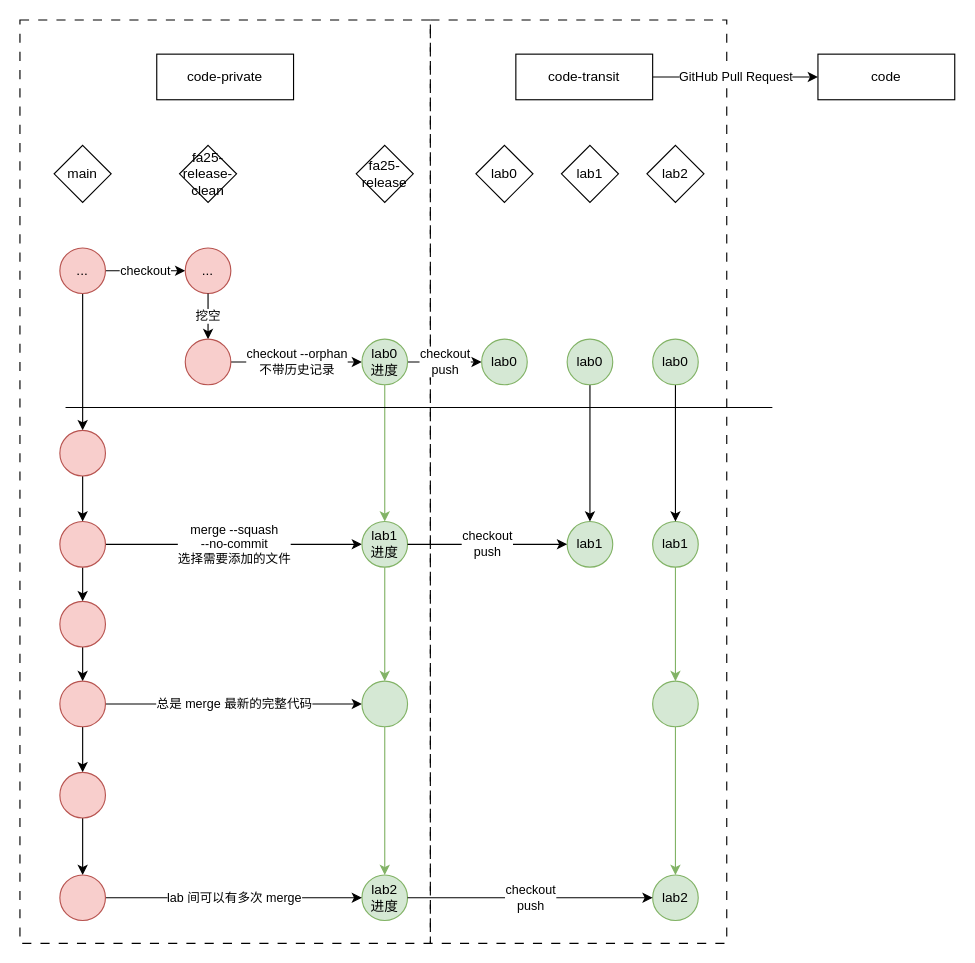
This is docs/ta/workflow.drawio from hharryz/zju-os-doc, a draw.io file, before an edit. Source tidied: cells renumbered, new cells numbered last; positions are measured from the earlier drawing's top-left corner, leaving out a move shared by most shapes. Both pictures are drawn from the tidied source at 114%, with x=0, y=0 at pixel (19, 19).
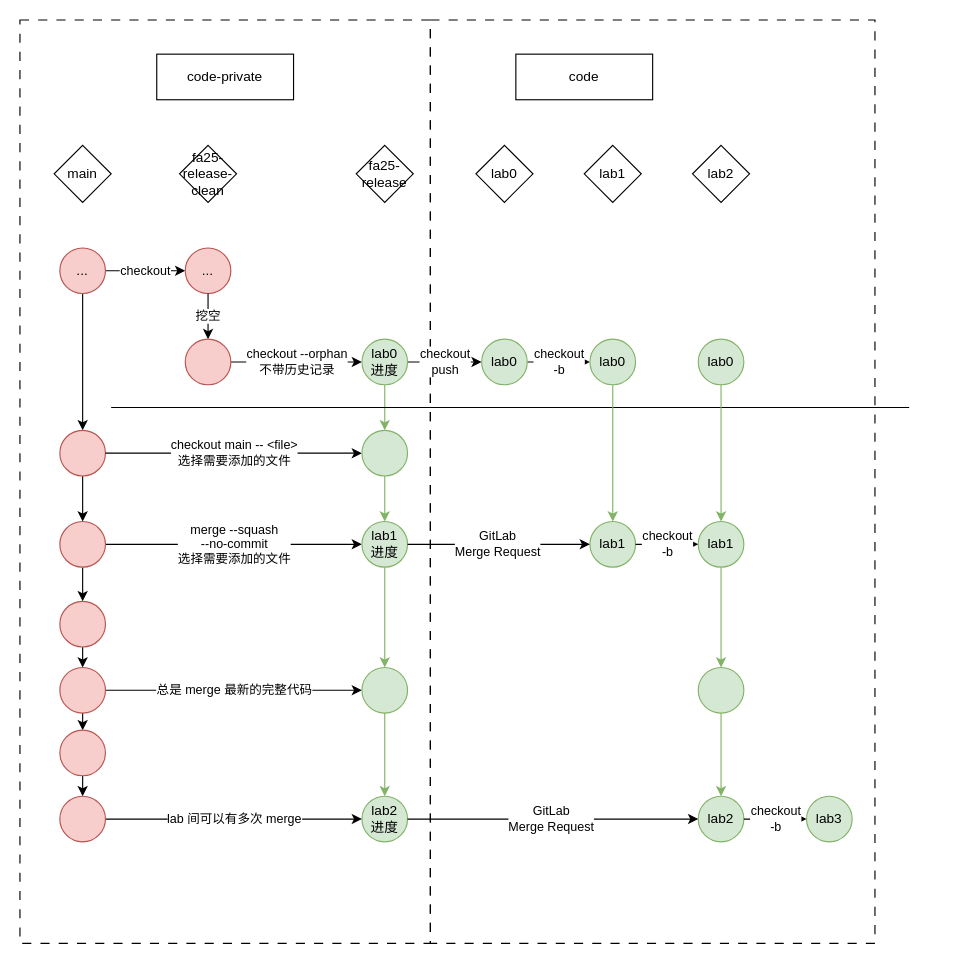
The same page after the edit.

Commit message (it also covers changes not shown here):
ta: migrate from github to zjugit

Unchanged cells that the change refers to:
```xml
<mxCell id="11" style="ellipse;whiteSpace=wrap;html=1;fillColor=#f8cecc;strokeColor=#b85450;" parent="1" vertex="1">
  <mxGeometry x="35" y="360" width="40" height="40" as="geometry" />
</mxCell>
<mxCell id="23" value="lab0&lt;div&gt;进度&lt;/div&gt;" style="ellipse;whiteSpace=wrap;html=1;fillColor=#d5e8d4;strokeColor=#82b366;" parent="1" vertex="1">
  <mxGeometry x="300" y="280" width="40" height="40" as="geometry" />
</mxCell>
<mxCell id="24" value="lab0" style="ellipse;whiteSpace=wrap;html=1;fillColor=#d5e8d4;strokeColor=#82b366;" parent="1" vertex="1">
  <mxGeometry x="405" y="280" width="40" height="40" as="geometry" />
</mxCell>
<mxCell id="28" value="lab1&lt;div&gt;进度&lt;/div&gt;" style="ellipse;whiteSpace=wrap;html=1;fillColor=#d5e8d4;strokeColor=#82b366;" parent="1" vertex="1">
  <mxGeometry x="300" y="440" width="40" height="40" as="geometry" />
</mxCell>
```

What changed in the source:
```diff
@@
     <mxCell id="2" style="rounded=0;whiteSpace=wrap;html=1;fontFamily=Helvetica;fontSize=11;fontColor=default;labelBackgroundColor=default;fillColor=none;dashed=1;dashPattern=8 8;" parent="1" vertex="1">
-      <mxGeometry x="360" width="260" height="810" as="geometry" />
+      <mxGeometry x="360" width="390" height="810" as="geometry" />
     </mxCell>
@@
     <mxCell id="18" style="ellipse;whiteSpace=wrap;html=1;fillColor=#f8cecc;strokeColor=#b85450;" parent="1" vertex="1">
-      <mxGeometry x="35" y="580" width="40" height="40" as="geometry" />
+      <mxGeometry x="35" y="568" width="40" height="40" as="geometry" />
     </mxCell>
@@
-    <mxCell id="21" style="edgeStyle=none;shape=connector;rounded=1;html=1;strokeColor=#82b366;align=center;verticalAlign=middle;fontFamily=Helvetica;fontSize=11;fontColor=default;labelBackgroundColor=default;endArrow=classic;fillColor=#d5e8d4;" parent="1" edge="1" source="23" target="28">
+    <mxCell id="21" style="edgeStyle=none;shape=connector;rounded=1;html=1;strokeColor=#82b366;align=center;verticalAlign=middle;fontFamily=Helvetica;fontSize=11;fontColor=default;labelBackgroundColor=default;endArrow=classic;fillColor=#d5e8d4;" parent="1" edge="1" source="23" target="58">
       <mxGeometry relative="1" as="geometry" />
     </mxCell>
@@
+    <mxCell id="57" value="checkout&lt;div&gt;-b&lt;/div&gt;" style="edgeStyle=none;html=1;" parent="1" edge="1" source="24" target="60">
+      <mxGeometry relative="1" as="geometry" />
+    </mxCell>
@@
     <mxCell id="26" style="endArrow=none;html=1;rounded=1;strokeColor=default;align=center;verticalAlign=middle;fontFamily=Helvetica;fontSize=11;fontColor=default;labelBackgroundColor=default;" parent="1" edge="1">
       <mxGeometry relative="1" as="geometry">
-        <mxPoint x="40" y="340" as="sourcePoint" />
-        <mxPoint x="660" y="340" as="targetPoint" />
+        <mxPoint x="80" y="340" as="sourcePoint" />
+        <mxPoint x="780" y="340" as="targetPoint" />
       </mxGeometry>
     </mxCell>
@@
     <mxCell id="29" value="lab1" style="ellipse;whiteSpace=wrap;html=1;fillColor=#d5e8d4;strokeColor=#82b366;" parent="1" vertex="1">
-      <mxGeometry x="480" y="440" width="40" height="40" as="geometry" />
+      <mxGeometry x="500" y="440" width="40" height="40" as="geometry" />
     </mxCell>
@@
     <mxCell id="31" style="ellipse;whiteSpace=wrap;html=1;fillColor=#d5e8d4;strokeColor=#82b366;" parent="1" vertex="1">
-      <mxGeometry x="300" y="580" width="40" height="40" as="geometry" />
+      <mxGeometry x="300" y="568" width="40" height="40" as="geometry" />
     </mxCell>
     <mxCell id="32" value="lab2&lt;div&gt;进度&lt;/div&gt;" style="ellipse;whiteSpace=wrap;html=1;fillColor=#d5e8d4;strokeColor=#82b366;" parent="1" vertex="1">
-      <mxGeometry x="300" y="750" width="40" height="40" as="geometry" />
+      <mxGeometry x="300" y="681" width="40" height="40" as="geometry" />
     </mxCell>
@@
     <mxCell id="34" style="ellipse;whiteSpace=wrap;html=1;fillColor=#f8cecc;strokeColor=#b85450;" parent="1" vertex="1">
-      <mxGeometry x="35" y="660" width="40" height="40" as="geometry" />
+      <mxGeometry x="35" y="623" width="40" height="40" as="geometry" />
     </mxCell>
@@
     <mxCell id="36" style="ellipse;whiteSpace=wrap;html=1;fillColor=#f8cecc;strokeColor=#b85450;" parent="1" vertex="1">
-      <mxGeometry x="35" y="750" width="40" height="40" as="geometry" />
+      <mxGeometry x="35" y="681" width="40" height="40" as="geometry" />
     </mxCell>
     <mxCell id="37" value="lab1" style="rhombus;whiteSpace=wrap;html=1;" parent="1" vertex="1">
-      <mxGeometry x="475" y="110" width="50" height="50" as="geometry" />
+      <mxGeometry x="495" y="110" width="50" height="50" as="geometry" />
     </mxCell>
@@
-    <mxCell id="42" style="edgeStyle=none;shape=connector;rounded=1;html=1;strokeColor=default;align=center;verticalAlign=middle;fontFamily=Helvetica;fontSize=11;fontColor=default;labelBackgroundColor=default;endArrow=classic;" parent="1" edge="1" source="43" target="29">
-      <mxGeometry relative="1" as="geometry" />
-    </mxCell>
-    <mxCell id="43" value="lab0" style="ellipse;whiteSpace=wrap;html=1;fillColor=#d5e8d4;strokeColor=#82b366;" parent="1" vertex="1">
-      <mxGeometry x="480" y="280" width="40" height="40" as="geometry" />
-    </mxCell>
-    <mxCell id="44" value="checkout&lt;div&gt;push&lt;/div&gt;" style="edgeStyle=none;shape=connector;rounded=1;html=1;strokeColor=default;align=center;verticalAlign=middle;fontFamily=Helvetica;fontSize=11;fontColor=default;labelBackgroundColor=default;endArrow=classic;" parent="1" edge="1" source="28" target="29">
-      <mxGeometry relative="1" as="geometry" />
+    <mxCell id="44" value="GitLab&lt;div&gt;Merge Request&lt;/div&gt;" style="edgeStyle=none;shape=connector;rounded=1;html=1;strokeColor=default;align=center;verticalAlign=middle;fontFamily=Helvetica;fontSize=11;fontColor=default;labelBackgroundColor=default;endArrow=classic;" parent="1" edge="1" source="28" target="29">
+      <mxGeometry x="-0.01" relative="1" as="geometry" />
     </mxCell>
     <mxCell id="45" value="lab2" style="rhombus;whiteSpace=wrap;html=1;" parent="1" vertex="1">
-      <mxGeometry x="550" y="110" width="50" height="50" as="geometry" />
+      <mxGeometry x="590" y="110" width="50" height="50" as="geometry" />
     </mxCell>
     <mxCell id="46" value="lab1" style="ellipse;whiteSpace=wrap;html=1;fillColor=#d5e8d4;strokeColor=#82b366;" parent="1" vertex="1">
-      <mxGeometry x="555" y="440" width="40" height="40" as="geometry" />
+      <mxGeometry x="595" y="440" width="40" height="40" as="geometry" />
     </mxCell>
-    <mxCell id="47" style="edgeStyle=none;shape=connector;rounded=1;html=1;strokeColor=default;align=center;verticalAlign=middle;fontFamily=Helvetica;fontSize=11;fontColor=default;labelBackgroundColor=default;endArrow=classic;" parent="1" edge="1" source="48" target="46">
-      <mxGeometry relative="1" as="geometry" />
-    </mxCell>
-    <mxCell id="48" value="lab0" style="ellipse;whiteSpace=wrap;html=1;fillColor=#d5e8d4;strokeColor=#82b366;" parent="1" vertex="1">
-      <mxGeometry x="555" y="280" width="40" height="40" as="geometry" />
-    </mxCell>
     <mxCell id="49" value="lab2" style="ellipse;whiteSpace=wrap;html=1;fillColor=#d5e8d4;strokeColor=#82b366;" parent="1" vertex="1">
-      <mxGeometry x="555" y="750" width="40" height="40" as="geometry" />
+      <mxGeometry x="595" y="681" width="40" height="40" as="geometry" />
     </mxCell>
     <mxCell id="50" style="edgeStyle=none;shape=connector;rounded=1;html=1;strokeColor=#82b366;align=center;verticalAlign=middle;fontFamily=Helvetica;fontSize=11;fontColor=default;labelBackgroundColor=default;endArrow=classic;fillColor=#d5e8d4;" parent="1" edge="1" target="51">
       <mxGeometry relative="1" as="geometry">
-        <mxPoint x="575" y="480" as="sourcePoint" />
+        <mxPoint x="615" y="480" as="sourcePoint" />
       </mxGeometry>
     </mxCell>
     <mxCell id="51" style="ellipse;whiteSpace=wrap;html=1;fillColor=#d5e8d4;strokeColor=#82b366;" parent="1" vertex="1">
-      <mxGeometry x="555" y="580" width="40" height="40" as="geometry" />
+      <mxGeometry x="595" y="568" width="40" height="40" as="geometry" />
     </mxCell>
-    <mxCell id="52" style="edgeStyle=none;shape=connector;rounded=1;html=1;strokeColor=#82b366;align=center;verticalAlign=middle;fontFamily=Helvetica;fontSize=11;fontColor=default;labelBackgroundColor=default;endArrow=classic;fillColor=#d5e8d4;" parent="1" edge="1" source="51">
-      <mxGeometry relative="1" as="geometry">
-        <mxPoint x="575" y="750" as="targetPoint" />
-      </mxGeometry>
+    <mxCell id="52" style="edgeStyle=none;shape=connector;rounded=1;html=1;strokeColor=#82b366;align=center;verticalAlign=middle;fontFamily=Helvetica;fontSize=11;fontColor=default;labelBackgroundColor=default;endArrow=classic;fillColor=#d5e8d4;" parent="1" edge="1" source="51" target="49">
+      <mxGeometry relative="1" as="geometry" />
     </mxCell>
-    <mxCell id="53" value="checkout&lt;div&gt;push&lt;/div&gt;" style="edgeStyle=none;shape=connector;rounded=1;html=1;strokeColor=default;align=center;verticalAlign=middle;fontFamily=Helvetica;fontSize=11;fontColor=default;labelBackgroundColor=default;endArrow=classic;" parent="1" edge="1" target="49">
-      <mxGeometry relative="1" as="geometry">
-        <mxPoint x="340" y="770" as="sourcePoint" />
-      </mxGeometry>
-    </mxCell>
+    <mxCell id="55" value="code" style="rounded=0;whiteSpace=wrap;html=1;" parent="1" vertex="1">
+      <mxGeometry x="435" y="30" width="120" height="40" as="geometry" />
+    </mxCell>
-    <mxCell id="54" value="GitHub Pull Request" style="edgeStyle=none;html=1;entryX=0;entryY=0.5;entryDx=0;entryDy=0;" parent="1" edge="1" source="55" target="56">
+    <mxCell id="54" value="checkout main -- &amp;lt;file&amp;gt;&lt;br&gt;&lt;div&gt;选择需要添加的文件&lt;/div&gt;" style="edgeStyle=none;shape=connector;rounded=1;html=1;strokeColor=default;align=center;verticalAlign=middle;fontFamily=Helvetica;fontSize=11;fontColor=default;labelBackgroundColor=default;endArrow=classic;" parent="1" edge="1" source="11" target="58">
       <mxGeometry relative="1" as="geometry" />
     </mxCell>
-    <mxCell id="55" value="code-transit" style="rounded=0;whiteSpace=wrap;html=1;" parent="1" vertex="1">
-      <mxGeometry x="435" y="30" width="120" height="40" as="geometry" />
-    </mxCell>
-    <mxCell id="56" value="code" style="rounded=0;whiteSpace=wrap;html=1;" parent="1" vertex="1">
-      <mxGeometry x="700" y="30" width="120" height="40" as="geometry" />
-    </mxCell>
+    <mxCell id="58" style="ellipse;whiteSpace=wrap;html=1;fillColor=#d5e8d4;strokeColor=#82b366;" parent="1" vertex="1">
+      <mxGeometry x="300" y="360" width="40" height="40" as="geometry" />
+    </mxCell>
+    <mxCell id="59" style="edgeStyle=none;shape=connector;rounded=1;html=1;strokeColor=#82b366;align=center;verticalAlign=middle;fontFamily=Helvetica;fontSize=11;fontColor=default;labelBackgroundColor=default;endArrow=classic;fillColor=#d5e8d4;" parent="1" edge="1" source="58" target="28">
+      <mxGeometry relative="1" as="geometry" />
+    </mxCell>
+    <mxCell id="60" value="lab0" style="ellipse;whiteSpace=wrap;html=1;fillColor=#d5e8d4;strokeColor=#82b366;" parent="1" vertex="1">
+      <mxGeometry x="500" y="280" width="40" height="40" as="geometry" />
+    </mxCell>
+    <mxCell id="61" style="edgeStyle=none;shape=connector;rounded=1;html=1;strokeColor=#82b366;align=center;verticalAlign=middle;fontFamily=Helvetica;fontSize=11;fontColor=default;labelBackgroundColor=default;endArrow=classic;fillColor=#d5e8d4;" parent="1" edge="1" source="60" target="29">
+      <mxGeometry relative="1" as="geometry" />
+    </mxCell>
+    <mxCell id="62" value="checkout&lt;div&gt;-b&lt;/div&gt;" style="edgeStyle=none;html=1;" parent="1" edge="1" source="29" target="46">
+      <mxGeometry relative="1" as="geometry" />
+    </mxCell>
+    <mxCell id="63" value="lab0" style="ellipse;whiteSpace=wrap;html=1;fillColor=#d5e8d4;strokeColor=#82b366;" parent="1" vertex="1">
+      <mxGeometry x="595" y="280" width="40" height="40" as="geometry" />
+    </mxCell>
+    <mxCell id="64" style="edgeStyle=none;shape=connector;rounded=1;html=1;strokeColor=#82b366;align=center;verticalAlign=middle;fontFamily=Helvetica;fontSize=11;fontColor=default;labelBackgroundColor=default;endArrow=classic;fillColor=#d5e8d4;" parent="1" edge="1" source="63" target="46">
+      <mxGeometry relative="1" as="geometry" />
+    </mxCell>
+    <mxCell id="65" value="GitLab&lt;div&gt;Merge Request&lt;/div&gt;" style="edgeStyle=none;shape=connector;rounded=1;html=1;strokeColor=default;align=center;verticalAlign=middle;fontFamily=Helvetica;fontSize=11;fontColor=default;labelBackgroundColor=default;endArrow=classic;" parent="1" edge="1" source="32" target="49">
+      <mxGeometry x="-0.01" relative="1" as="geometry" />
+    </mxCell>
+    <mxCell id="66" value="checkout&lt;div&gt;-b&lt;/div&gt;" style="edgeStyle=none;html=1;" parent="1" edge="1" source="49" target="67">
+      <mxGeometry relative="1" as="geometry" />
+    </mxCell>
+    <mxCell id="67" value="lab3" style="ellipse;whiteSpace=wrap;html=1;fillColor=#d5e8d4;strokeColor=#82b366;" parent="1" vertex="1">
+      <mxGeometry x="690" y="681" width="40" height="40" as="geometry" />
+    </mxCell>
```
